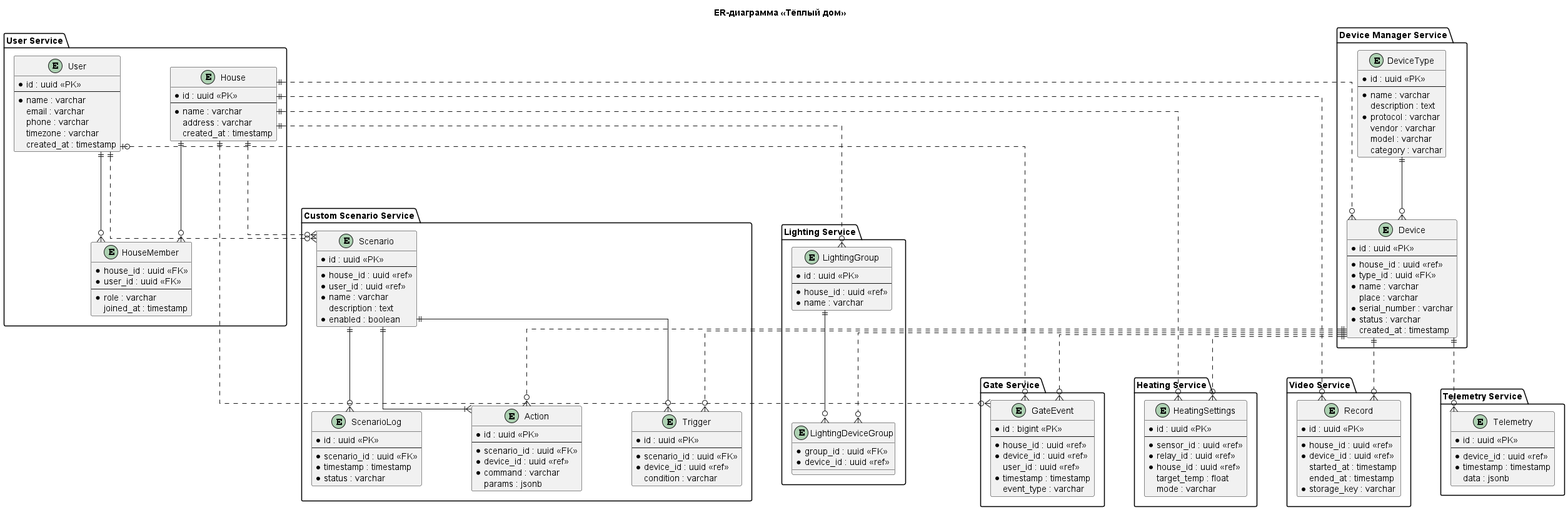
The PlantUML diagram diagrams/png/er_diagram_microservices.png in usfit/architecture-warmhouse, before a commit. The source it was exported from:
```plantuml
@startuml

skinparam linetype ortho
skinparam nodesep 80
skinparam ranksep 100

title ER-диаграмма «Тёплый дом»


package "User Service" {
  entity User {
    * id : uuid <<PK>>
    --
    * name : varchar
    email : varchar
    phone : varchar
    timezone : varchar
    created_at : timestamp
  }

  entity House {
    * id : uuid <<PK>>
    --
    * name : varchar
    address : varchar
    created_at : timestamp
  }

  entity HouseMember {
    * house_id : uuid <<FK>>
    * user_id : uuid <<FK>>
    --
    * role : varchar
    joined_at : timestamp
  }
}

package "Device Manager Service" {
  entity DeviceType {
    * id : uuid <<PK>>
    --
    * name : varchar
    description : text
    * protocol : varchar
    vendor : varchar
    model : varchar
    category : varchar
  }

  entity Device {
    * id : uuid <<PK>>
    --
    * house_id : uuid <<ref>>
    * type_id : uuid <<FK>>
    * name : varchar
    place : varchar
    * serial_number : varchar
    * status : varchar
    created_at : timestamp
  }
}

package "Telemetry Service" {
  entity Telemetry {
    * id : uuid <<PK>>
    --
    * device_id : uuid <<ref>>
    * timestamp : timestamp
    data : jsonb
  }
}

package "Heating Service" {
  entity HeatingSettings {
    * id : uuid <<PK>>
    --
    * sensor_id : uuid <<ref>>
    * relay_id : uuid <<ref>>
    * house_id : uuid <<ref>>
    target_temp : float
    mode : varchar
  }
}

package "Lighting Service" {
  entity LightingGroup {
    * id : uuid <<PK>>
    --
    * house_id : uuid <<ref>>
    * name : varchar
  }

  entity LightingDeviceGroup {
    * group_id : uuid <<FK>>
    * device_id : uuid <<ref>>
  }
}

package "Gate Service" {
  entity GateEvent {
    * id : bigint <<PK>>
    --
    * house_id : uuid <<ref>>
    * device_id : uuid <<ref>>
    user_id : uuid <<ref>>
    * timestamp : timestamp
    event_type : varchar
  }
}

package "Video Service" {
  entity Record {
    * id : uuid <<PK>>
    --
    * house_id : uuid <<ref>>
    * device_id : uuid <<ref>>
    started_at : timestamp
    ended_at : timestamp
    * storage_key : varchar
  }
}

package "Custom Scenario Service" {
  entity Scenario {
    * id : uuid <<PK>>
    --
    * house_id : uuid <<ref>>
    * user_id : uuid <<ref>>
    * name : varchar
    description : text
    * enabled : boolean
  }

  entity Trigger {
    * id : uuid <<PK>>
    --
    * scenario_id : uuid <<FK>>
    * device_id : uuid <<ref>>
    condition : varchar
  }

  entity Action {
    * id : uuid <<PK>>
    --
    * scenario_id : uuid <<FK>>
    * device_id : uuid <<ref>>
    * command : varchar
    params : jsonb
  }

  entity ScenarioLog {
    * id : uuid <<PK>>
    --
    * scenario_id : uuid <<FK>>
    * timestamp : timestamp
    * status : varchar
  }
}

House ||--o{ HouseMember
User ||--o{ HouseMember
User ||..o{ Scenario
User |o..o{ GateEvent

House ||..o{ Device
House ||..o{ HeatingSettings
House ||..o{ LightingGroup
House ||..o{ Scenario
House ||..o{ GateEvent
House ||..o{ Record

DeviceType ||--o{ Device
Device ||..o{ LightingDeviceGroup
Device ||..o{ Telemetry
Device ||..o{ HeatingSettings
Device ||..o{ GateEvent
Device ||..o{ Record
Device ||..o{ Trigger
Device ||..o{ Action

Scenario ||--o{ Trigger
Scenario ||--|{ Action
Scenario ||--o{ ScenarioLog

LightingGroup ||--o{ LightingDeviceGroup


@enduml
```
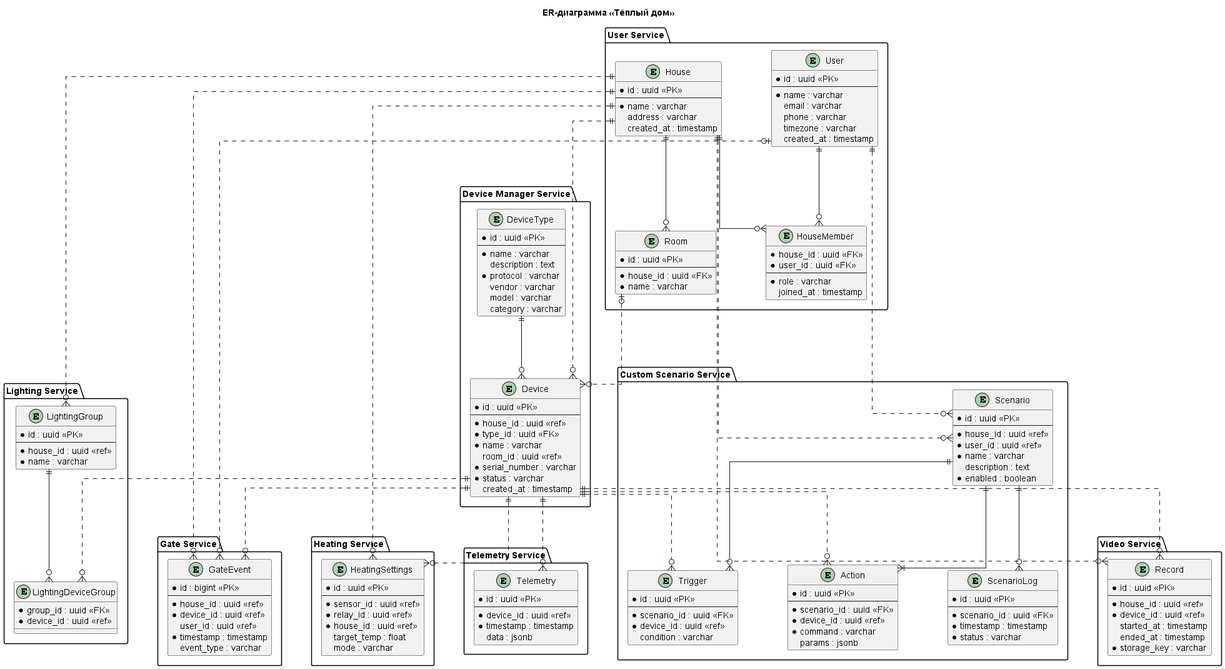
Above is the later version.

The edit, as a diff of the source:
```diff
@@ -24,6 +24,13 @@
     * name : varchar
     address : varchar
     created_at : timestamp
+  }
+
+  entity Room {
+    * id : uuid <<PK>>
+    --
+    * house_id : uuid <<FK>>
+    * name : varchar
   }
 
   entity HouseMember {
@@ -53,7 +60,7 @@
     * house_id : uuid <<ref>>
     * type_id : uuid <<FK>>
     * name : varchar
-    place : varchar
+    room_id : uuid <<ref>>
     * serial_number : varchar
     * status : varchar
     created_at : timestamp
@@ -168,6 +175,8 @@
 House ||..o{ Scenario
 House ||..o{ GateEvent
 House ||..o{ Record
+House ||--o{ Room
+Room |o..o{ Device
 
 DeviceType ||--o{ Device
 Device ||..o{ LightingDeviceGroup
```
